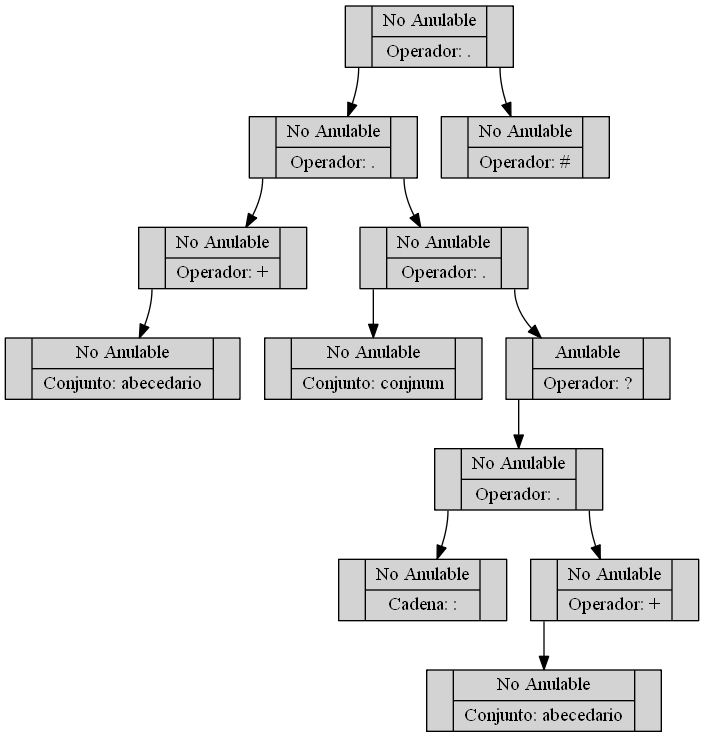
Above: OLC1_Practica1_201701133/Arbol1.png in SelvinLP/-OLC1-Practica1_201701133 (Graphviz), before the change. Its source is kept beside it as OLC1_Practica1_201701133/Arbol1.dot.
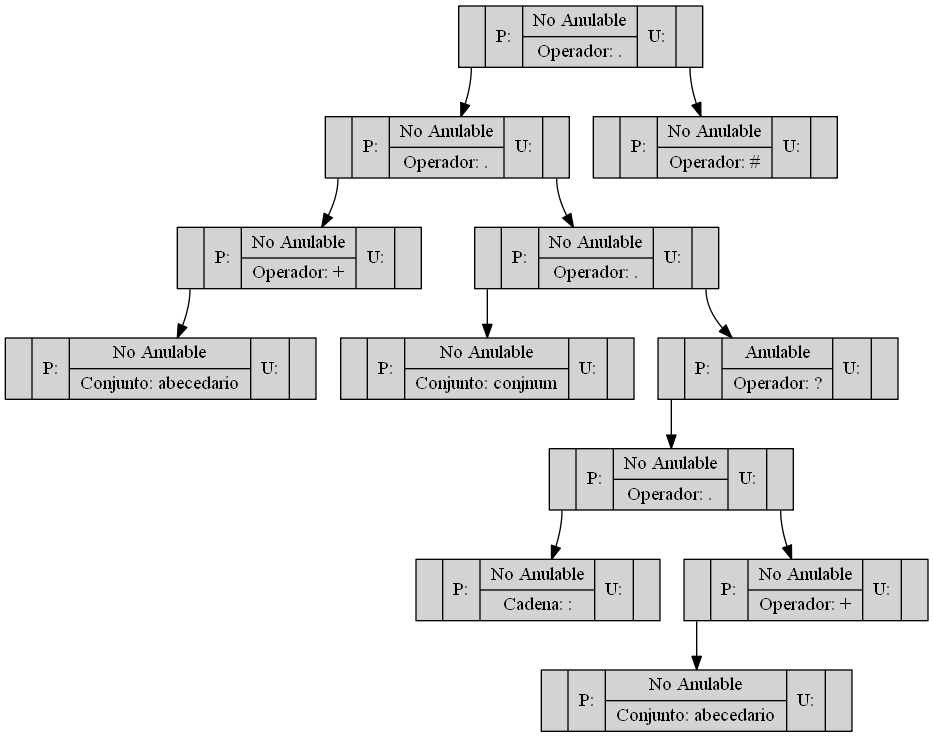
After the change.

The edit, as a diff of the source:
```diff
@@ -1,28 +1,28 @@
 digraph ARBOL {
 rankdir=TB
 node[shape=record,style=filled]
-"0"[label ="<C0>|{<C1>No Anulable|Operador: \.}|<C2>"];
-"2"[label ="<C0>|{<C1>No Anulable|Operador: \.}|<C2>"];
-"4"[label ="<C0>|{<C1>No Anulable|Operador: \+}|<C2>"];
-"5"[label ="<C0>|{<C1>No Anulable|Conjunto: abecedario}|<C2>"];
+"0"[label ="<C0>|P:|{<C1>No Anulable|Operador: \.}|U:|<C2>"];
+"2"[label ="<C0>|P:|{<C1>No Anulable|Operador: \.}|U:|<C2>"];
+"4"[label ="<C0>|P:|{<C1>No Anulable|Operador: \+}|U:|<C2>"];
+"5"[label ="<C0>|P:|{<C1>No Anulable|Conjunto: abecedario}|U:|<C2>"];
 "4":C0->"5";
 "2":C0->"4";
-"6"[label ="<C0>|{<C1>No Anulable|Operador: \.}|<C2>"];
-"7"[label ="<C0>|{<C1>No Anulable|Conjunto: conjnum}|<C2>"];
+"6"[label ="<C0>|P:|{<C1>No Anulable|Operador: \.}|U:|<C2>"];
+"7"[label ="<C0>|P:|{<C1>No Anulable|Conjunto: conjnum}|U:|<C2>"];
 "6":C0->"7";
-"8"[label ="<C0>|{<C1>Anulable|Operador: \?}|<C2>"];
-"9"[label ="<C0>|{<C1>No Anulable|Operador: \.}|<C2>"];
-"10"[label ="<C0>|{<C1>No Anulable|Cadena: \:}|<C2>"];
+"8"[label ="<C0>|P:|{<C1>Anulable|Operador: \?}|U:|<C2>"];
+"9"[label ="<C0>|P:|{<C1>No Anulable|Operador: \.}|U:|<C2>"];
+"10"[label ="<C0>|P:|{<C1>No Anulable|Cadena: \:}|U:|<C2>"];
 "9":C0->"10";
-"11"[label ="<C0>|{<C1>No Anulable|Operador: \+}|<C2>"];
-"12"[label ="<C0>|{<C1>No Anulable|Conjunto: abecedario}|<C2>"];
+"11"[label ="<C0>|P:|{<C1>No Anulable|Operador: \+}|U:|<C2>"];
+"12"[label ="<C0>|P:|{<C1>No Anulable|Conjunto: abecedario}|U:|<C2>"];
 "11":C0->"12";
 "9":C2->"11";
 "8":C0->"9";
 "6":C2->"8";
 "2":C2->"6";
 "0":C0->"2";
-"1"[label ="<C0>|{<C1>No Anulable|Operador: \#}|<C2>"];
+"1"[label ="<C0>|P:|{<C1>No Anulable|Operador: \#}|U:|<C2>"];
 "0":C2->"1";
 
 }
```
